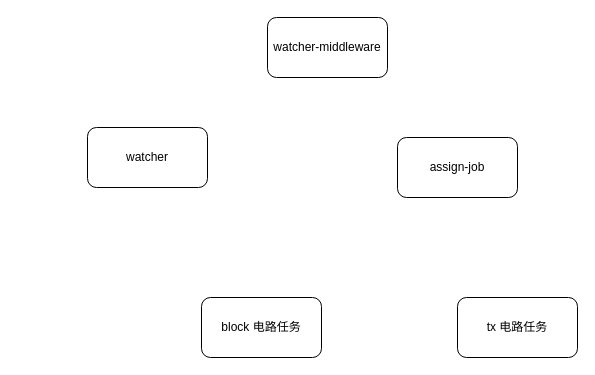
Before: refactor-relayer.drawio in chixiaowen/drawio, a draw.io diagram. Source tidied: cells renumbered, new cells numbered last; positions are measured from the earlier drawing's top-left corner, leaving out a move shared by most shapes. Both pictures are drawn from the tidied source at 100%, with x=0, y=0 at pixel (87, 17).
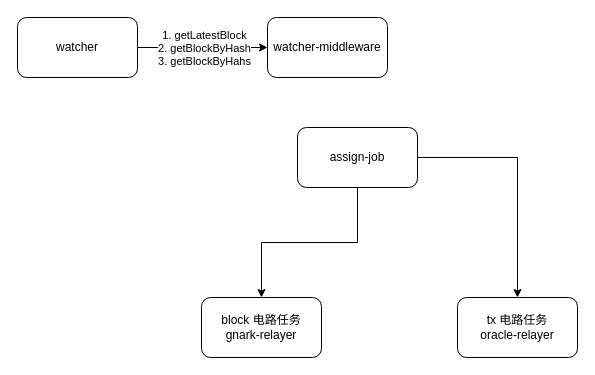
Above is the later version.

Diff of the diagram source:
```diff
@@
 <mxGraphModel>
   <root>
     <mxCell id="0" />
     <mxCell id="1" parent="0" />
+    <mxCell id="7" style="edgeStyle=orthogonalEdgeStyle;rounded=0;jettySize=auto;html=1;" parent="1" edge="1" source="2" target="3">
+      <mxGeometry relative="1" as="geometry" />
+    </mxCell>
+    <mxCell id="8" value="1. getLatestBlock&lt;br&gt;2. getBlockByHash&lt;br&gt;3. getBlockByHahs" style="edgeLabel;html=1;align=center;verticalAlign=middle;" parent="7" vertex="1">
+      <mxGeometry x="0.01" relative="1" as="geometry" />
+    </mxCell>
     <mxCell id="2" value="watcher" style="rounded=1;whiteSpace=wrap;html=1;" parent="1" vertex="1">
-      <mxGeometry y="110" width="120" height="60" as="geometry" />
+      <mxGeometry x="-70" width="120" height="60" as="geometry" />
     </mxCell>
     <mxCell id="3" value="watcher-middleware" style="rounded=1;whiteSpace=wrap;html=1;" parent="1" vertex="1">
       <mxGeometry x="180" width="120" height="60" as="geometry" />
     </mxCell>
+    <mxCell id="9" style="edgeStyle=orthogonalEdgeStyle;rounded=0;jettySize=auto;html=1;" parent="1" edge="1" source="4" target="5">
+      <mxGeometry relative="1" as="geometry" />
+    </mxCell>
+    <mxCell id="10" style="edgeStyle=orthogonalEdgeStyle;rounded=0;jettySize=auto;html=1;" parent="1" edge="1" source="4" target="6">
+      <mxGeometry relative="1" as="geometry" />
+    </mxCell>
     <mxCell id="4" value="assign-job" style="rounded=1;whiteSpace=wrap;html=1;" parent="1" vertex="1">
-      <mxGeometry x="310" y="120" width="120" height="60" as="geometry" />
+      <mxGeometry x="210" y="110" width="120" height="60" as="geometry" />
     </mxCell>
-    <mxCell id="5" value="block 电路任务" style="rounded=1;whiteSpace=wrap;html=1;" parent="1" vertex="1">
+    <mxCell id="5" value="block 电路任务&lt;br&gt;gnark-relayer" style="rounded=1;whiteSpace=wrap;html=1;" parent="1" vertex="1">
       <mxGeometry x="114" y="280" width="120" height="60" as="geometry" />
     </mxCell>
-    <mxCell id="6" value="tx 电路任务" style="rounded=1;whiteSpace=wrap;html=1;" parent="1" vertex="1">
+    <mxCell id="6" value="tx 电路任务&lt;br&gt;oracle-relayer" style="rounded=1;whiteSpace=wrap;html=1;" parent="1" vertex="1">
       <mxGeometry x="370" y="280" width="120" height="60" as="geometry" />
     </mxCell>
   </root>
 </mxGraphModel>
```
